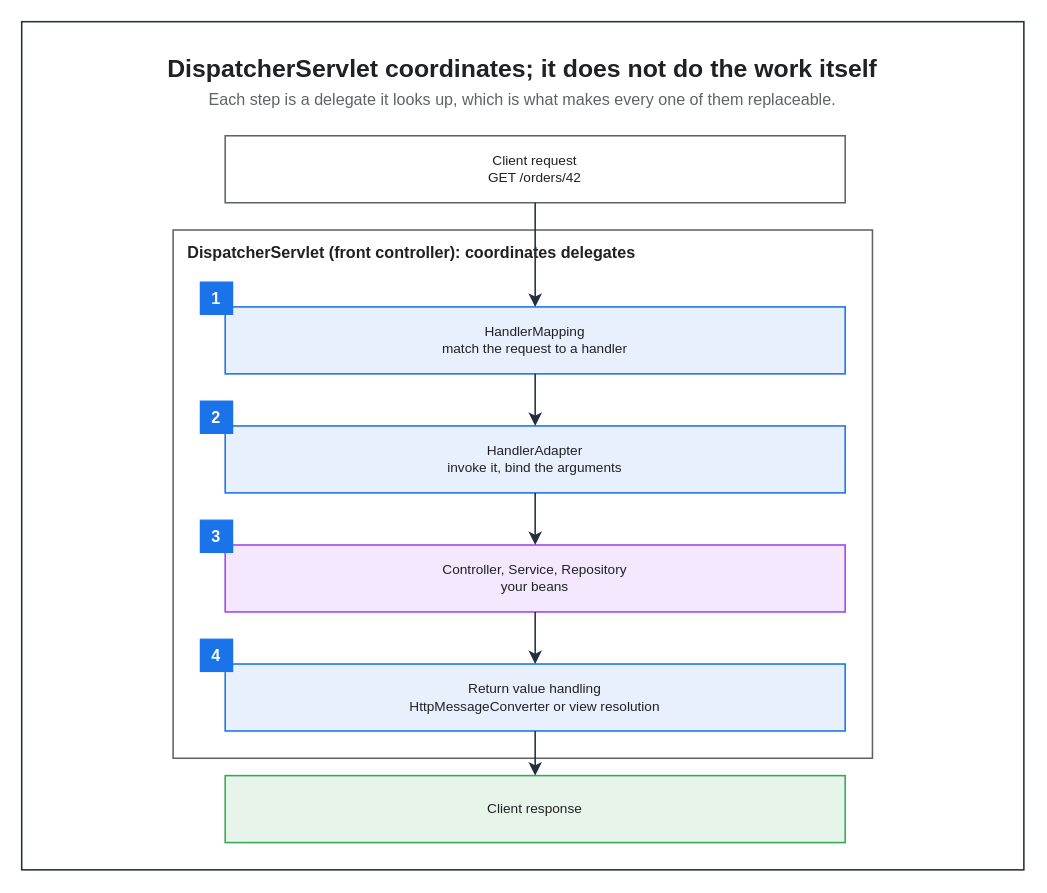
Before: assets/img/spring/spring-05-dispatcherservlet-sequence.drawio in KKamJi98/kkamji98.github.io, a draw.io diagram. Source tidied: cells renumbered, new cells numbered last; positions are measured from the earlier drawing's top-left corner, leaving out a move shared by most shapes. Both pictures are drawn from the tidied source at 124%, with x=0, y=0 at pixel (21, 21).
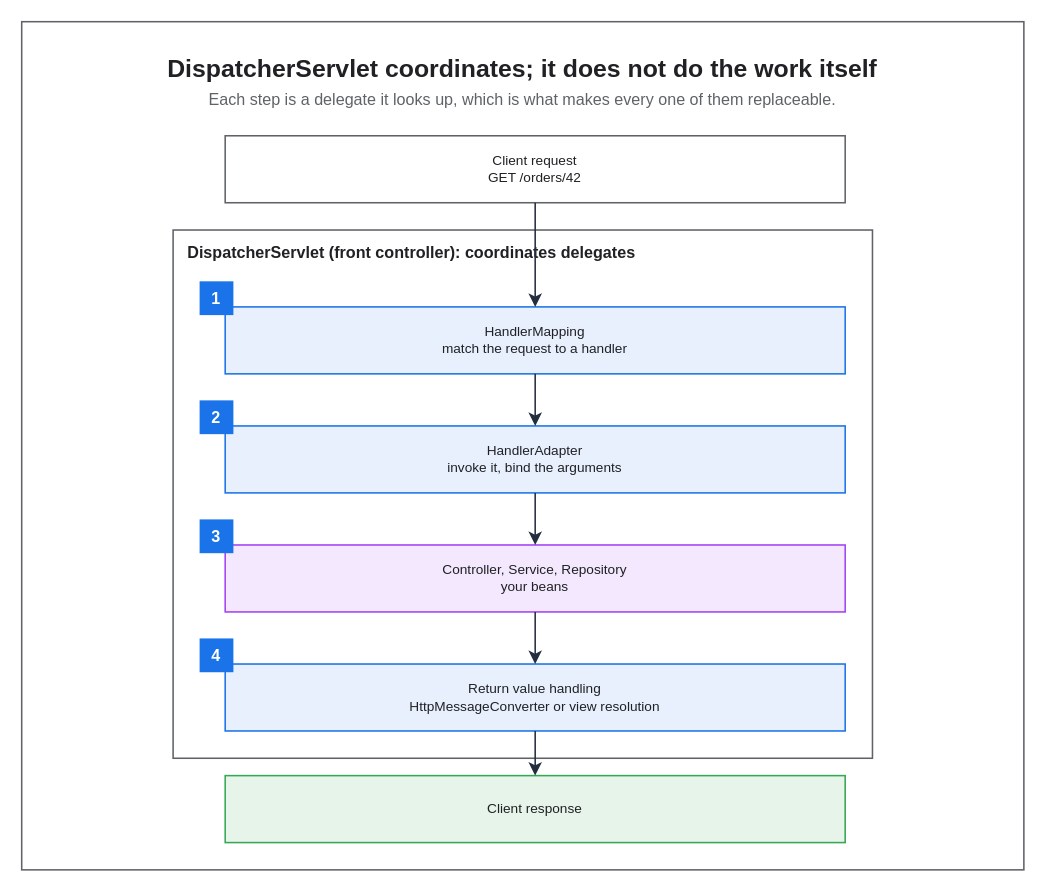
Above is the later version.

Change to the diagram source:
```diff
@@
-    <mxCell id="2" style="rounded=0;html=0;fillColor=none;strokeColor=#232F3E;fontColor=#202124;strokeWidth=1.25;" parent="1" vertex="1">
+    <mxCell id="2" style="rounded=0;html=0;fillColor=none;strokeColor=#5F6368;fontColor=#202124;strokeWidth=1.25;" parent="1" vertex="1">
       <mxGeometry width="808.2" height="684" as="geometry" />
     </mxCell>
@@
-    <mxCell id="12" value="1" style="rounded=0;whiteSpace=wrap;html=0;fillColor=#1A73E8;strokeColor=#1A73E8;fontColor=#FFFFFF;fontSize=13;fontStyle=1;align=center;verticalAlign=middle;" parent="1" vertex="1">
+    <mxCell id="12" value="1" style="rounded=0;whiteSpace=wrap;html=0;fillColor=#1A73E8;strokeColor=#1A73E8;fontColor=#FFFFFF;fontSize=13;fontStyle=1;align=center;verticalAlign=middle;strokeWidth=1.25;" parent="1" vertex="1">
       <mxGeometry x="144.1" y="210" width="26" height="26" as="geometry" />
     </mxCell>
-    <mxCell id="13" value="2" style="rounded=0;whiteSpace=wrap;html=0;fillColor=#1A73E8;strokeColor=#1A73E8;fontColor=#FFFFFF;fontSize=13;fontStyle=1;align=center;verticalAlign=middle;" parent="1" vertex="1">
+    <mxCell id="13" value="2" style="rounded=0;whiteSpace=wrap;html=0;fillColor=#1A73E8;strokeColor=#1A73E8;fontColor=#FFFFFF;fontSize=13;fontStyle=1;align=center;verticalAlign=middle;strokeWidth=1.25;" parent="1" vertex="1">
       <mxGeometry x="144.1" y="306" width="26" height="26" as="geometry" />
     </mxCell>
-    <mxCell id="14" value="3" style="rounded=0;whiteSpace=wrap;html=0;fillColor=#1A73E8;strokeColor=#1A73E8;fontColor=#FFFFFF;fontSize=13;fontStyle=1;align=center;verticalAlign=middle;" parent="1" vertex="1">
+    <mxCell id="14" value="3" style="rounded=0;whiteSpace=wrap;html=0;fillColor=#1A73E8;strokeColor=#1A73E8;fontColor=#FFFFFF;fontSize=13;fontStyle=1;align=center;verticalAlign=middle;strokeWidth=1.25;" parent="1" vertex="1">
       <mxGeometry x="144.1" y="402" width="26" height="26" as="geometry" />
     </mxCell>
-    <mxCell id="15" value="4" style="rounded=0;whiteSpace=wrap;html=0;fillColor=#1A73E8;strokeColor=#1A73E8;fontColor=#FFFFFF;fontSize=13;fontStyle=1;align=center;verticalAlign=middle;" parent="1" vertex="1">
+    <mxCell id="15" value="4" style="rounded=0;whiteSpace=wrap;html=0;fillColor=#1A73E8;strokeColor=#1A73E8;fontColor=#FFFFFF;fontSize=13;fontStyle=1;align=center;verticalAlign=middle;strokeWidth=1.25;" parent="1" vertex="1">
       <mxGeometry x="144.1" y="498" width="26" height="26" as="geometry" />
     </mxCell>
```
